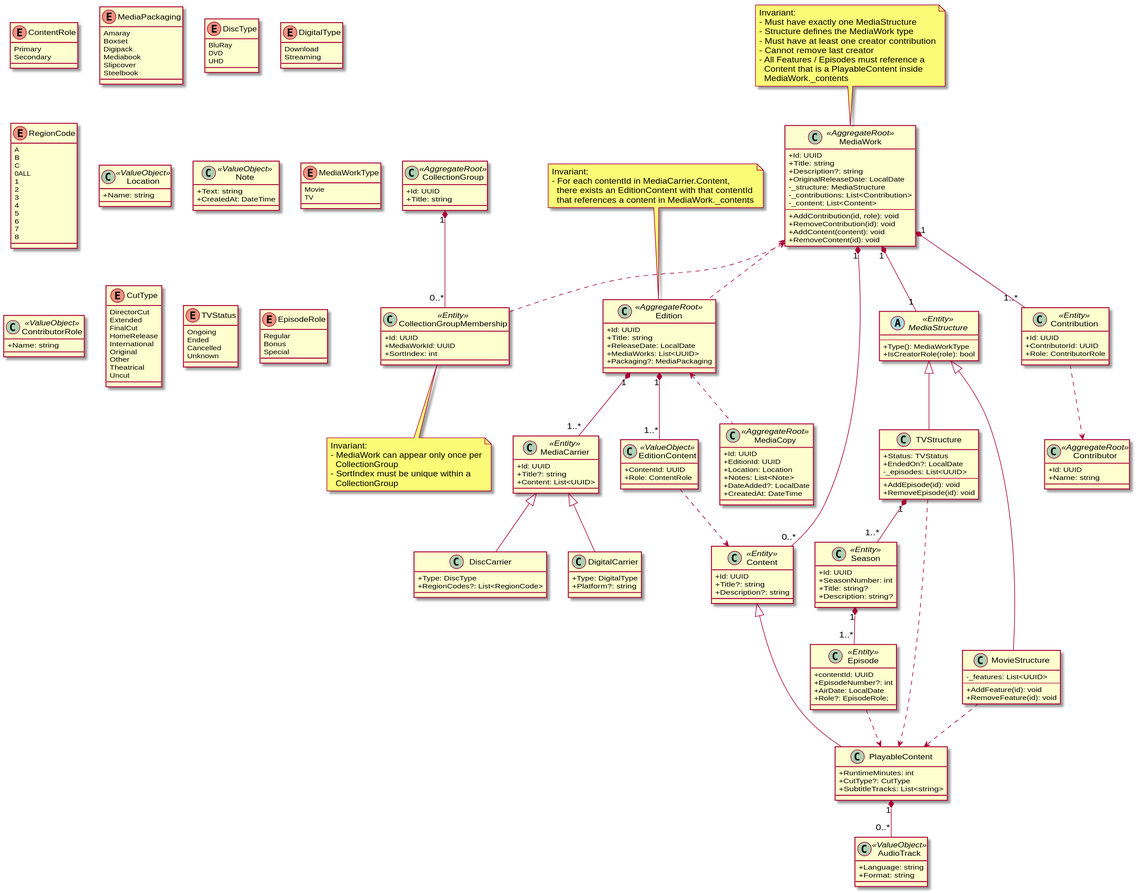
This is docs/diagrams/domain/domain-all.svg from yantue/colleq, a PlantUML export, as it was before one commit.
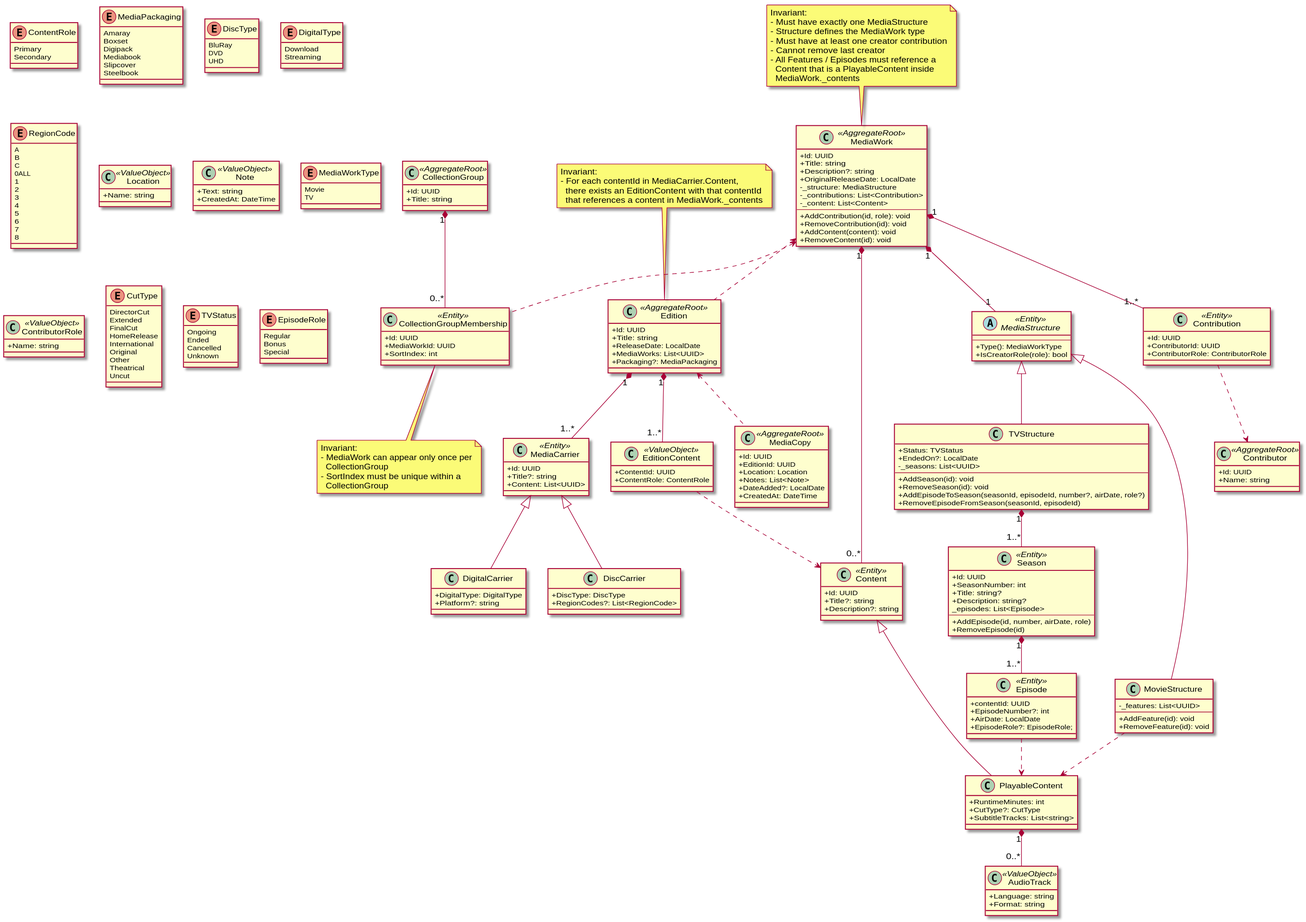
The same diagram one commit later.

Diff of the diagram source:
```diff
@@ -52,7 +52,7 @@
 
 class EditionContent <<ValueObject>> {
     +ContentId: UUID
-    +Role: ContentRole
+    +ContentRole: ContentRole
 }
 
 Edition "1" *-- "1..*" EditionContent
@@ -71,14 +71,14 @@
 Edition "1" *-- "1..*" MediaCarrier
 
 class DiscCarrier {
-    +Type: DiscType
+    +DiscType: DiscType
     +RegionCodes?: List<RegionCode>
 }
 
 MediaCarrier <|-- DiscCarrier
 
 class DigitalCarrier {
-    +Type: DigitalType
+    +DigitalType: DigitalType
     +Platform?: string
 }
 
@@ -188,7 +188,7 @@
 class Contribution <<Entity>> {
     +Id: UUID
     +ContributorId: UUID
-    +Role: ContributorRole
+    +ContributorRole: ContributorRole
 }
 
 class ContributorRole <<ValueObject>> {
@@ -245,14 +245,15 @@
 class TVStructure {
     +Status: TVStatus
     +EndedOn?: LocalDate
-    -_episodes: List<UUID>
+    -_seasons: List<UUID>
     --
-    +AddEpisode(id): void
-    +RemoveEpisode(id): void
+    +AddSeason(id): void
+    +RemoveSeason(id): void
+    +AddEpisodeToSeason(seasonId, episodeId, number?, airDate, role?)
+    +RemoveEpisodeFromSeason(seasonId, episodeId)
 }
 
 MediaStructure <|-- TVStructure
-TVStructure ..> PlayableContent
 
 enum TVStatus {
     Ongoing
@@ -266,6 +267,10 @@
     +SeasonNumber: int
     +Title: string?
     +Description: string?
+    _episodes: List<Episode>
+    --
+    +AddEpisode(id, number, airDate, role)
+    +RemoveEpisode(id)
 }
 
 TVStructure "1" *-- "1..*" Season
@@ -274,7 +279,7 @@
     +contentId: UUID
     +EpisodeNumber?: int
     +AirDate: LocalDate
-    +Role?: EpisodeRole;
+    +EpisodeRole?: EpisodeRole;
 }
 
 Season "1" *-- "1..*" Episode
```
